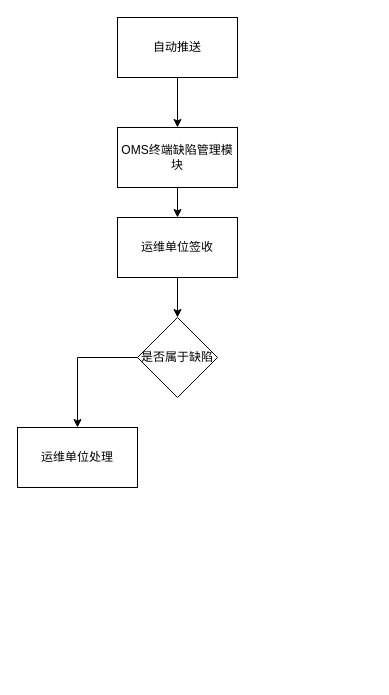
Before: 管理流程.drawio in LieCoding/pwjkd, a draw.io diagram. Source tidied: cells renumbered, new cells numbered last; positions are measured from the earlier drawing's top-left corner, leaving out a move shared by most shapes. Both pictures are drawn from the tidied source at 100%, with x=0, y=0 at pixel (17, 17).
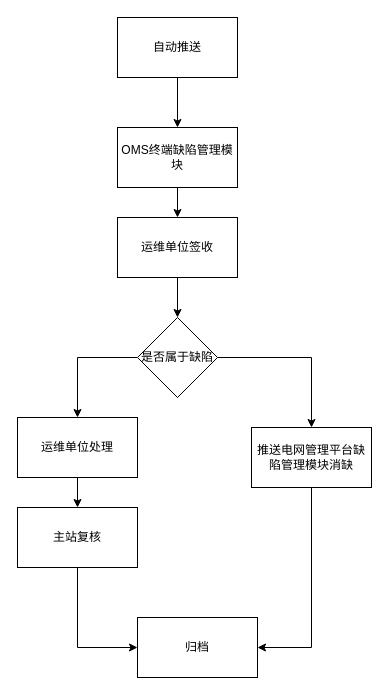
After the change.

Commit message:
当前oms管理流程.drawio

Change to the diagram source:
```diff
@@
 <mxGraphModel>
   <root>
     <mxCell id="0" />
     <mxCell id="1" parent="0" />
     <mxCell id="2" style="edgeStyle=orthogonalEdgeStyle;rounded=0;jettySize=auto;html=1;" parent="1" edge="1" source="3" target="5">
       <mxGeometry relative="1" as="geometry" />
     </mxCell>
     <mxCell id="3" value="自动推送" style="rounded=0;whiteSpace=wrap;html=1;" parent="1" vertex="1">
       <mxGeometry x="100" width="120" height="60" as="geometry" />
     </mxCell>
     <mxCell id="4" style="edgeStyle=orthogonalEdgeStyle;rounded=0;jettySize=auto;html=1;exitX=0.5;exitY=1;exitDx=0;exitDy=0;entryX=0.5;entryY=0;entryDx=0;entryDy=0;" parent="1" edge="1" source="5" target="10">
       <mxGeometry relative="1" as="geometry" />
     </mxCell>
     <mxCell id="5" value="OMS终端缺陷管理模块" style="rounded=0;whiteSpace=wrap;html=1;" parent="1" vertex="1">
       <mxGeometry x="100" y="110" width="120" height="60" as="geometry" />
     </mxCell>
+    <mxCell id="11" style="edgeStyle=orthogonalEdgeStyle;rounded=0;jettySize=auto;html=1;exitX=0.5;exitY=1;exitDx=0;exitDy=0;entryX=0.5;entryY=0;entryDx=0;entryDy=0;" parent="1" edge="1" source="6" target="13">
+      <mxGeometry relative="1" as="geometry" />
+    </mxCell>
     <mxCell id="6" value="运维单位处理" style="rounded=0;whiteSpace=wrap;html=1;" parent="1" vertex="1">
-      <mxGeometry y="410" width="120" height="60" as="geometry" />
+      <mxGeometry y="400" width="120" height="60" as="geometry" />
     </mxCell>
     <mxCell id="7" style="edgeStyle=orthogonalEdgeStyle;rounded=0;jettySize=auto;html=1;exitX=0;exitY=0.5;exitDx=0;exitDy=0;" parent="1" edge="1" source="8" target="6">
       <mxGeometry relative="1" as="geometry" />
     </mxCell>
     <mxCell id="8" value="是否属于缺陷" style="rhombus;whiteSpace=wrap;html=1;" parent="1" vertex="1">
       <mxGeometry x="120" y="300" width="80" height="80" as="geometry" />
     </mxCell>
     <mxCell id="9" style="edgeStyle=orthogonalEdgeStyle;rounded=0;jettySize=auto;html=1;" parent="1" edge="1" source="10" target="8">
       <mxGeometry relative="1" as="geometry" />
     </mxCell>
     <mxCell id="10" value="运维单位签收" style="rounded=0;whiteSpace=wrap;html=1;" parent="1" vertex="1">
       <mxGeometry x="100" y="200" width="120" height="60" as="geometry" />
     </mxCell>
+    <mxCell id="12" style="edgeStyle=orthogonalEdgeStyle;rounded=0;jettySize=auto;html=1;entryX=0;entryY=0.5;entryDx=0;entryDy=0;exitX=0.5;exitY=1;exitDx=0;exitDy=0;" parent="1" edge="1" source="13" target="14">
+      <mxGeometry relative="1" as="geometry" />
+    </mxCell>
+    <mxCell id="13" value="主站复核" style="rounded=0;whiteSpace=wrap;html=1;" parent="1" vertex="1">
+      <mxGeometry y="490" width="120" height="60" as="geometry" />
+    </mxCell>
+    <mxCell id="14" value="归档" style="rounded=0;whiteSpace=wrap;html=1;" parent="1" vertex="1">
+      <mxGeometry x="120" y="600" width="120" height="60" as="geometry" />
+    </mxCell>
+    <mxCell id="15" style="edgeStyle=orthogonalEdgeStyle;rounded=0;jettySize=auto;html=1;entryX=1;entryY=0.5;entryDx=0;entryDy=0;exitX=0.5;exitY=1;exitDx=0;exitDy=0;" parent="1" edge="1" source="16" target="14">
+      <mxGeometry relative="1" as="geometry" />
+    </mxCell>
+    <mxCell id="16" value="推送电网管理平台缺陷管理模块消缺" style="rounded=0;whiteSpace=wrap;html=1;" parent="1" vertex="1">
+      <mxGeometry x="234" y="410" width="120" height="60" as="geometry" />
+    </mxCell>
+    <mxCell id="17" style="edgeStyle=orthogonalEdgeStyle;rounded=0;jettySize=auto;html=1;entryX=0.5;entryY=0;entryDx=0;entryDy=0;" parent="1" edge="1" source="8" target="16">
+      <mxGeometry relative="1" as="geometry" />
+    </mxCell>
   </root>
 </mxGraphModel>
```
